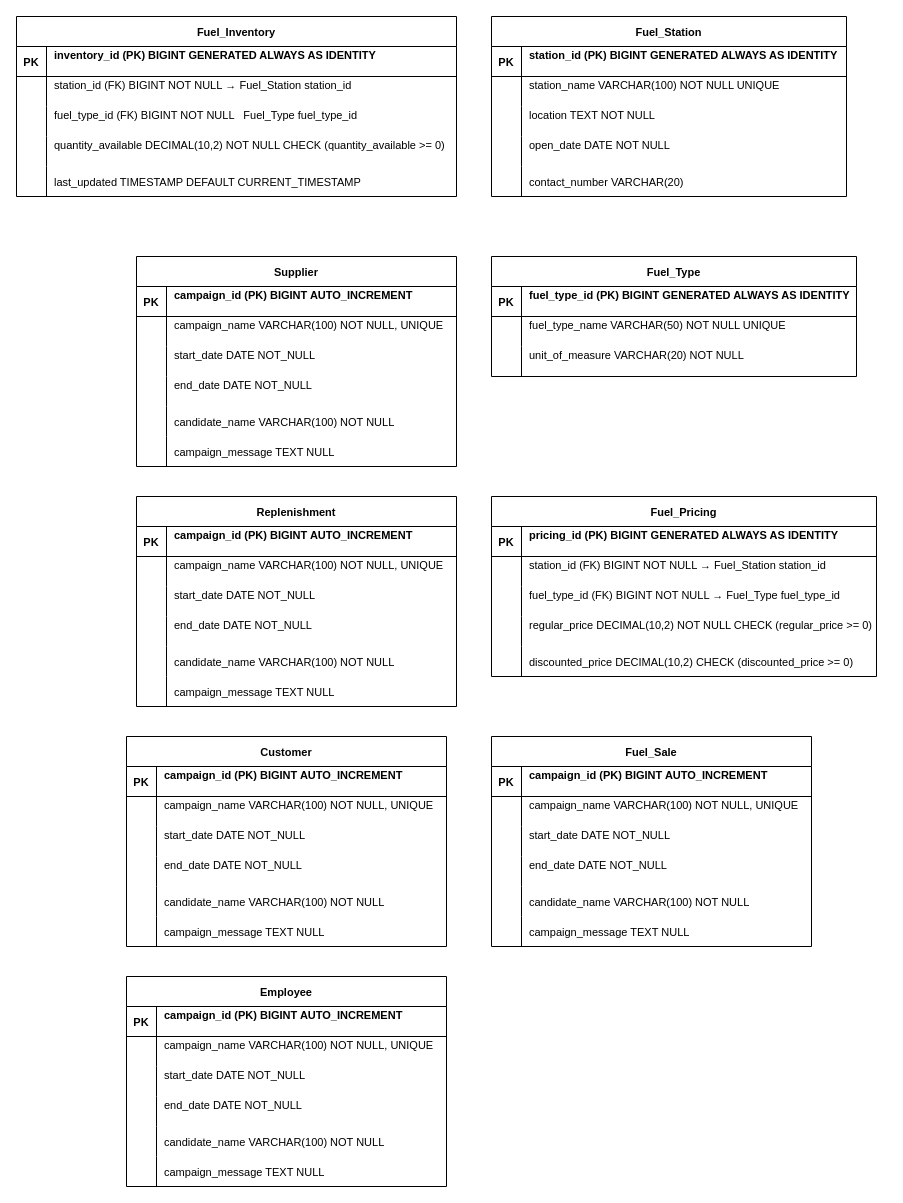
Above: Untitled Diagram.drawio in SergejusSG/git-demo1 (draw.io), before the change. Source tidied: cells renumbered, new cells numbered last; positions are measured from the earlier drawing's top-left corner, leaving out a move shared by most shapes. Both pictures are drawn from the tidied source at 100%, with x=0, y=0 at pixel (16, 16).
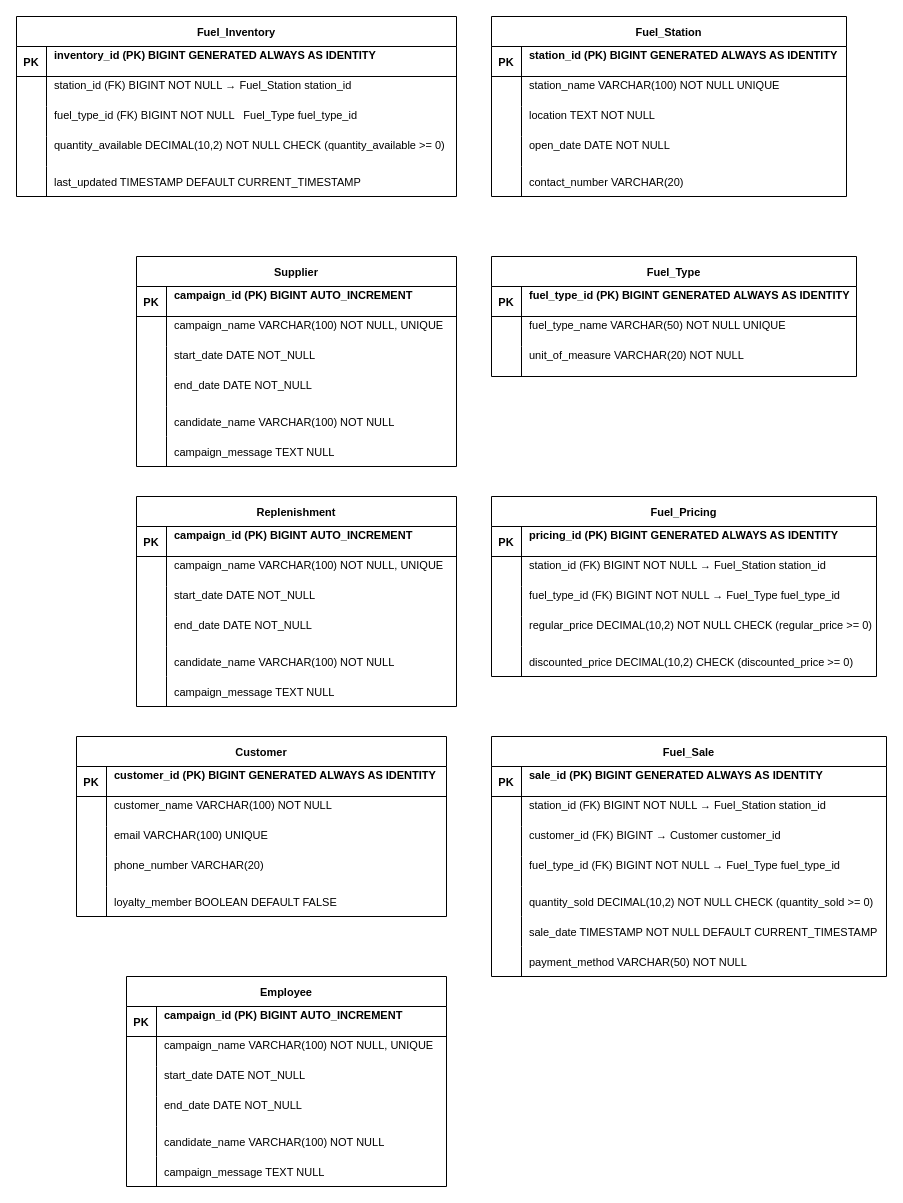
The same page after the edit.

Change to the diagram source:
```diff
@@
     <mxCell id="98" value="Fuel_Sale" style="shape=table;startSize=30;childLayout=tableLayout;rowLines=0;fontStyle=1;align=center;fontSize=11;" parent="1" vertex="1">
-      <mxGeometry x="475" y="720" width="320" height="210" as="geometry" />
+      <mxGeometry x="475" y="720" width="395" height="240" as="geometry" />
     </mxCell>
     <mxCell id="99" style="shape=partialRectangle;fillColor=none;top=0;left=0;right=0;bottom=1;fontSize=11;" parent="98" vertex="1">
-      <mxGeometry y="30" width="320" height="30" as="geometry" />
+      <mxGeometry y="30" width="395" height="30" as="geometry" />
     </mxCell>
@@
-    <mxCell id="101" value="campaign_id (PK) BIGINT AUTO_INCREMENT&#10;" style="shape=partialRectangle;overflow=hidden;fillColor=none;top=0;left=0;bottom=0;right=0;align=left;spacingLeft=6;fontStyle=1;fontSize=11;" parent="99" vertex="1">
-      <mxGeometry x="30" width="290" height="30" as="geometry" />
+    <mxCell id="101" value="sale_id (PK) BIGINT GENERATED ALWAYS AS IDENTITY&#10;" style="shape=partialRectangle;overflow=hidden;fillColor=none;top=0;left=0;bottom=0;right=0;align=left;spacingLeft=6;fontStyle=1;fontSize=11;" parent="99" vertex="1">
+      <mxGeometry x="30" width="365" height="30" as="geometry" />
     </mxCell>
     <mxCell id="102" style="shape=partialRectangle;fillColor=none;top=0;left=0;right=0;bottom=0;fontSize=11;" parent="98" vertex="1">
-      <mxGeometry y="60" width="320" height="30" as="geometry" />
+      <mxGeometry y="60" width="395" height="30" as="geometry" />
     </mxCell>
@@
-    <mxCell id="104" value="campaign_name VARCHAR(100) NOT NULL, UNIQUE&#10;" style="shape=partialRectangle;overflow=hidden;fillColor=none;top=0;left=0;bottom=0;right=0;align=left;spacingLeft=6;fontSize=11;" parent="102" vertex="1">
-      <mxGeometry x="30" width="290" height="30" as="geometry" />
+    <mxCell id="104" value="station_id (FK) BIGINT NOT NULL → Fuel_Station station_id&#10;" style="shape=partialRectangle;overflow=hidden;fillColor=none;top=0;left=0;bottom=0;right=0;align=left;spacingLeft=6;fontSize=11;" parent="102" vertex="1">
+      <mxGeometry x="30" width="365" height="30" as="geometry" />
     </mxCell>
     <mxCell id="105" style="shape=partialRectangle;fillColor=none;top=0;left=0;right=0;bottom=0;fontSize=11;" parent="98" vertex="1">
-      <mxGeometry y="90" width="320" height="30" as="geometry" />
+      <mxGeometry y="90" width="395" height="30" as="geometry" />
     </mxCell>
@@
-    <mxCell id="107" value="start_date DATE NOT_NULL&#10;" style="shape=partialRectangle;overflow=hidden;fillColor=none;top=0;left=0;bottom=0;right=0;align=left;spacingLeft=6;fontSize=11;" parent="105" vertex="1">
-      <mxGeometry x="30" width="290" height="30" as="geometry" />
+    <mxCell id="107" value="customer_id (FK) BIGINT → Customer customer_id&#10;" style="shape=partialRectangle;overflow=hidden;fillColor=none;top=0;left=0;bottom=0;right=0;align=left;spacingLeft=6;fontSize=11;" parent="105" vertex="1">
+      <mxGeometry x="30" width="365" height="30" as="geometry" />
     </mxCell>
     <mxCell id="108" style="shape=partialRectangle;fillColor=none;top=0;left=0;right=0;bottom=0;fontSize=11;" parent="98" vertex="1">
-      <mxGeometry y="120" width="320" height="30" as="geometry" />
+      <mxGeometry y="120" width="395" height="30" as="geometry" />
     </mxCell>
@@
-    <mxCell id="110" value="end_date DATE NOT_NULL&#10;" style="shape=partialRectangle;overflow=hidden;fillColor=none;top=0;left=0;bottom=0;right=0;align=left;spacingLeft=6;fontSize=11;" parent="108" vertex="1">
-      <mxGeometry x="30" width="290" height="30" as="geometry" />
+    <mxCell id="110" value="fuel_type_id (FK) BIGINT NOT NULL → Fuel_Type fuel_type_id&#10;" style="shape=partialRectangle;overflow=hidden;fillColor=none;top=0;left=0;bottom=0;right=0;align=left;spacingLeft=6;fontSize=11;" parent="108" vertex="1">
+      <mxGeometry x="30" width="365" height="30" as="geometry" />
     </mxCell>
     <mxCell id="111" style="shape=partialRectangle;fillColor=none;top=0;left=0;right=0;bottom=0;fontSize=11;" parent="98" vertex="1">
-      <mxGeometry y="150" width="320" height="30" as="geometry" />
+      <mxGeometry y="150" width="395" height="30" as="geometry" />
     </mxCell>
@@
-    <mxCell id="113" value="candidate_name VARCHAR(100) NOT NULL" style="shape=partialRectangle;overflow=hidden;fillColor=none;top=0;left=0;bottom=0;right=0;align=left;spacingLeft=6;fontSize=11;" parent="111" vertex="1">
-      <mxGeometry x="30" width="290" height="30" as="geometry" />
+    <mxCell id="113" value="quantity_sold DECIMAL(10,2) NOT NULL CHECK (quantity_sold &gt;= 0)" style="shape=partialRectangle;overflow=hidden;fillColor=none;top=0;left=0;bottom=0;right=0;align=left;spacingLeft=6;fontSize=11;" parent="111" vertex="1">
+      <mxGeometry x="30" width="365" height="30" as="geometry" />
     </mxCell>
     <mxCell id="114" style="shape=partialRectangle;fillColor=none;top=0;left=0;right=0;bottom=0;fontSize=11;" parent="98" vertex="1">
-      <mxGeometry y="180" width="320" height="30" as="geometry" />
+      <mxGeometry y="180" width="395" height="30" as="geometry" />
     </mxCell>
@@
-    <mxCell id="116" value="campaign_message TEXT NULL" style="shape=partialRectangle;overflow=hidden;fillColor=none;top=0;left=0;bottom=0;right=0;align=left;spacingLeft=6;fontSize=11;" parent="114" vertex="1">
-      <mxGeometry x="30" width="290" height="30" as="geometry" />
+    <mxCell id="116" value="sale_date TIMESTAMP NOT NULL DEFAULT CURRENT_TIMESTAMP" style="shape=partialRectangle;overflow=hidden;fillColor=none;top=0;left=0;bottom=0;right=0;align=left;spacingLeft=6;fontSize=11;" parent="114" vertex="1">
+      <mxGeometry x="30" width="365" height="30" as="geometry" />
     </mxCell>
+    <mxCell id="155" style="shape=partialRectangle;fillColor=none;top=0;left=0;right=0;bottom=0;fontSize=11;" parent="98" vertex="1">
+      <mxGeometry y="210" width="395" height="30" as="geometry" />
+    </mxCell>
+    <mxCell id="134" style="shape=partialRectangle;overflow=hidden;fillColor=none;top=0;left=0;bottom=0;right=0;fontSize=11;" parent="155" vertex="1">
+      <mxGeometry width="30" height="30" as="geometry" />
+    </mxCell>
+    <mxCell id="156" value="payment_method VARCHAR(50) NOT NULL" style="shape=partialRectangle;overflow=hidden;fillColor=none;top=0;left=0;bottom=0;right=0;align=left;spacingLeft=6;fontSize=11;" parent="155" vertex="1">
+      <mxGeometry x="30" width="365" height="30" as="geometry" />
+    </mxCell>
     <mxCell id="117" value="Customer" style="shape=table;startSize=30;childLayout=tableLayout;rowLines=0;fontStyle=1;align=center;fontSize=11;" parent="1" vertex="1">
-      <mxGeometry x="110" y="720" width="320" height="210" as="geometry" />
+      <mxGeometry x="60" y="720" width="370" height="180" as="geometry" />
     </mxCell>
     <mxCell id="118" style="shape=partialRectangle;fillColor=none;top=0;left=0;right=0;bottom=1;fontSize=11;" parent="117" vertex="1">
-      <mxGeometry y="30" width="320" height="30" as="geometry" />
+      <mxGeometry y="30" width="370" height="30" as="geometry" />
     </mxCell>
@@
-    <mxCell id="120" value="campaign_id (PK) BIGINT AUTO_INCREMENT&#10;" style="shape=partialRectangle;overflow=hidden;fillColor=none;top=0;left=0;bottom=0;right=0;align=left;spacingLeft=6;fontStyle=1;fontSize=11;" parent="118" vertex="1">
-      <mxGeometry x="30" width="290" height="30" as="geometry" />
+    <mxCell id="120" value="customer_id (PK) BIGINT GENERATED ALWAYS AS IDENTITY&#10;" style="shape=partialRectangle;overflow=hidden;fillColor=none;top=0;left=0;bottom=0;right=0;align=left;spacingLeft=6;fontStyle=1;fontSize=11;" parent="118" vertex="1">
+      <mxGeometry x="30" width="340" height="30" as="geometry" />
     </mxCell>
     <mxCell id="121" style="shape=partialRectangle;fillColor=none;top=0;left=0;right=0;bottom=0;fontSize=11;" parent="117" vertex="1">
-      <mxGeometry y="60" width="320" height="30" as="geometry" />
+      <mxGeometry y="60" width="370" height="30" as="geometry" />
     </mxCell>
@@
-    <mxCell id="123" value="campaign_name VARCHAR(100) NOT NULL, UNIQUE&#10;" style="shape=partialRectangle;overflow=hidden;fillColor=none;top=0;left=0;bottom=0;right=0;align=left;spacingLeft=6;fontSize=11;" parent="121" vertex="1">
-      <mxGeometry x="30" width="290" height="30" as="geometry" />
+    <mxCell id="123" value="customer_name VARCHAR(100) NOT NULL&#10;" style="shape=partialRectangle;overflow=hidden;fillColor=none;top=0;left=0;bottom=0;right=0;align=left;spacingLeft=6;fontSize=11;" parent="121" vertex="1">
+      <mxGeometry x="30" width="340" height="30" as="geometry" />
     </mxCell>
     <mxCell id="124" style="shape=partialRectangle;fillColor=none;top=0;left=0;right=0;bottom=0;fontSize=11;" parent="117" vertex="1">
-      <mxGeometry y="90" width="320" height="30" as="geometry" />
+      <mxGeometry y="90" width="370" height="30" as="geometry" />
     </mxCell>
@@
-    <mxCell id="126" value="start_date DATE NOT_NULL&#10;" style="shape=partialRectangle;overflow=hidden;fillColor=none;top=0;left=0;bottom=0;right=0;align=left;spacingLeft=6;fontSize=11;" parent="124" vertex="1">
-      <mxGeometry x="30" width="290" height="30" as="geometry" />
+    <mxCell id="126" value="email VARCHAR(100) UNIQUE&#10;" style="shape=partialRectangle;overflow=hidden;fillColor=none;top=0;left=0;bottom=0;right=0;align=left;spacingLeft=6;fontSize=11;" parent="124" vertex="1">
+      <mxGeometry x="30" width="340" height="30" as="geometry" />
     </mxCell>
     <mxCell id="127" style="shape=partialRectangle;fillColor=none;top=0;left=0;right=0;bottom=0;fontSize=11;" parent="117" vertex="1">
-      <mxGeometry y="120" width="320" height="30" as="geometry" />
+      <mxGeometry y="120" width="370" height="30" as="geometry" />
     </mxCell>
@@
-    <mxCell id="129" value="end_date DATE NOT_NULL&#10;" style="shape=partialRectangle;overflow=hidden;fillColor=none;top=0;left=0;bottom=0;right=0;align=left;spacingLeft=6;fontSize=11;" parent="127" vertex="1">
-      <mxGeometry x="30" width="290" height="30" as="geometry" />
+    <mxCell id="129" value="phone_number VARCHAR(20)&#10;" style="shape=partialRectangle;overflow=hidden;fillColor=none;top=0;left=0;bottom=0;right=0;align=left;spacingLeft=6;fontSize=11;" parent="127" vertex="1">
+      <mxGeometry x="30" width="340" height="30" as="geometry" />
     </mxCell>
     <mxCell id="130" style="shape=partialRectangle;fillColor=none;top=0;left=0;right=0;bottom=0;fontSize=11;" parent="117" vertex="1">
-      <mxGeometry y="150" width="320" height="30" as="geometry" />
+      <mxGeometry y="150" width="370" height="30" as="geometry" />
     </mxCell>
@@
-    <mxCell id="132" value="candidate_name VARCHAR(100) NOT NULL" style="shape=partialRectangle;overflow=hidden;fillColor=none;top=0;left=0;bottom=0;right=0;align=left;spacingLeft=6;fontSize=11;" parent="130" vertex="1">
-      <mxGeometry x="30" width="290" height="30" as="geometry" />
+    <mxCell id="132" value="loyalty_member BOOLEAN DEFAULT FALSE" style="shape=partialRectangle;overflow=hidden;fillColor=none;top=0;left=0;bottom=0;right=0;align=left;spacingLeft=6;fontSize=11;" parent="130" vertex="1">
+      <mxGeometry x="30" width="340" height="30" as="geometry" />
     </mxCell>
-    <mxCell id="133" style="shape=partialRectangle;fillColor=none;top=0;left=0;right=0;bottom=0;fontSize=11;" parent="117" vertex="1">
-      <mxGeometry y="180" width="320" height="30" as="geometry" />
-    </mxCell>
-    <mxCell id="134" style="shape=partialRectangle;overflow=hidden;fillColor=none;top=0;left=0;bottom=0;right=0;fontSize=11;" parent="133" vertex="1">
-      <mxGeometry width="30" height="30" as="geometry" />
-    </mxCell>
-    <mxCell id="135" value="campaign_message TEXT NULL" style="shape=partialRectangle;overflow=hidden;fillColor=none;top=0;left=0;bottom=0;right=0;align=left;spacingLeft=6;fontSize=11;" parent="133" vertex="1">
-      <mxGeometry x="30" width="290" height="30" as="geometry" />
-    </mxCell>
```
